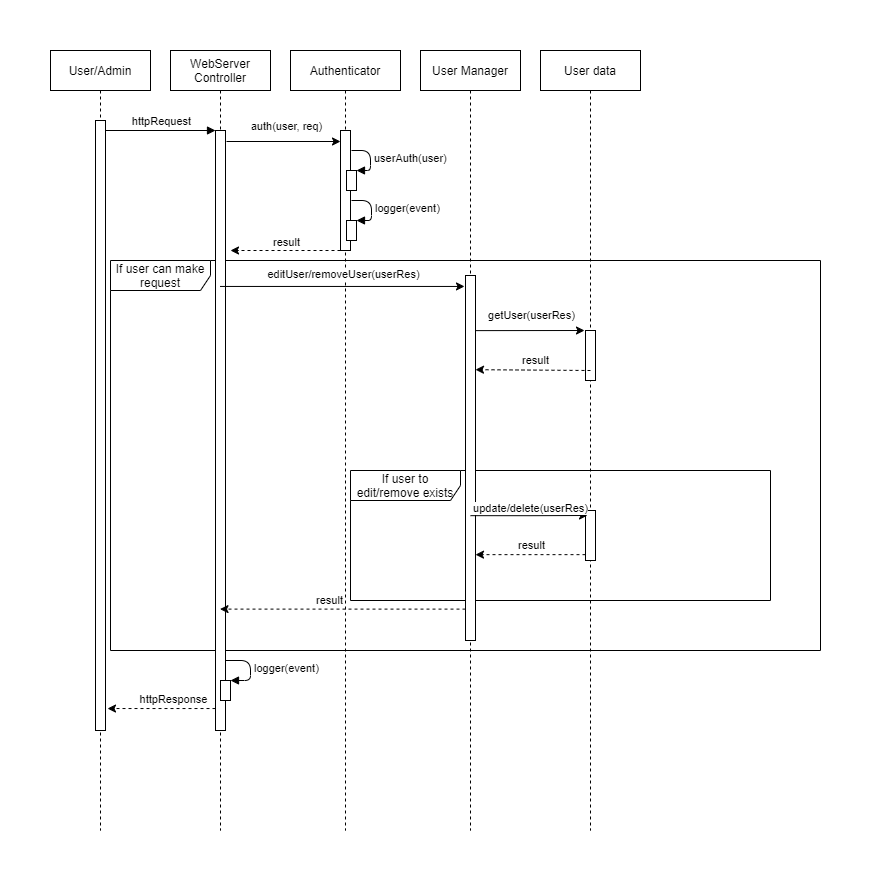
Above: plans/Sequence Diagrams/user_call_editOrRemoveUser.drawio.png in zuper1998/SzamBiztHF (draw.io), before the change. Source tidied: cells renumbered, new cells last; positions are measured from the earlier drawing's top-left corner, leaving out a move shared by most shapes.
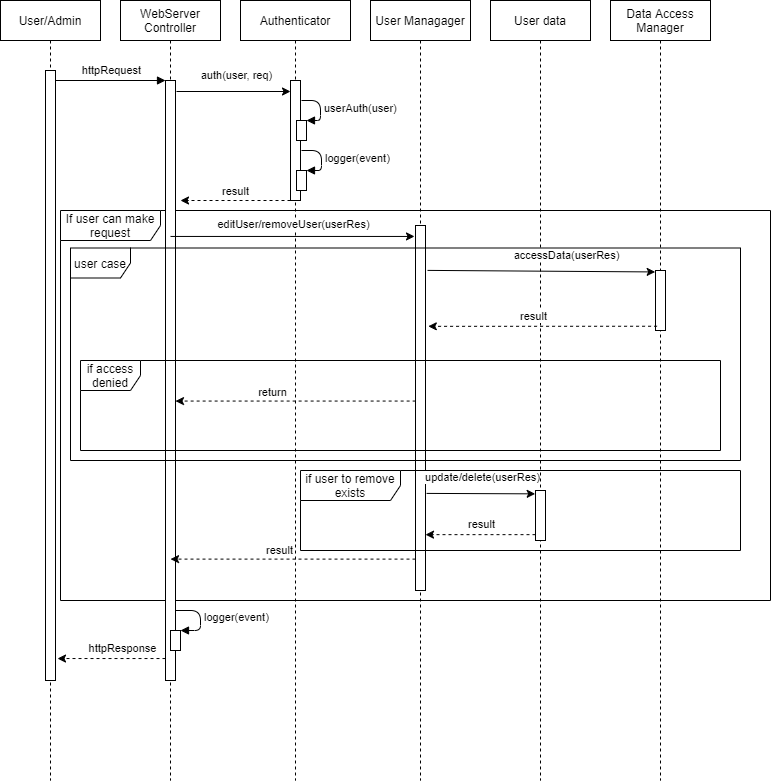
The same diagram one commit later.

What changed in the source:
```diff
@@ -5,9 +5,6 @@
     <mxCell id="2" value="If user can make request" style="shape=umlFrame;whiteSpace=wrap;html=1;width=100;height=30;" parent="1" vertex="1">
       <mxGeometry x="60" y="210" width="710" height="390" as="geometry" />
     </mxCell>
-    <mxCell id="3" value="If user to edit/remove exists" style="shape=umlFrame;whiteSpace=wrap;html=1;width=110;height=30;" parent="1" vertex="1">
-      <mxGeometry x="300" y="420" width="420" height="130" as="geometry" />
-    </mxCell>
     <mxCell id="4" value="User/Admin" style="shape=umlLifeline;perimeter=lifelinePerimeter;shadow=0;strokeWidth=1;" parent="1" vertex="1">
       <mxGeometry width="100" height="780" as="geometry" />
     </mxCell>
@@ -92,7 +89,7 @@
         <mxPoint x="19" y="-8" as="offset" />
       </mxGeometry>
     </mxCell>
-    <mxCell id="22" value="User Manager" style="shape=umlLifeline;perimeter=lifelinePerimeter;shadow=0;strokeWidth=1;" parent="1" vertex="1">
+    <mxCell id="22" value="User Managager" style="shape=umlLifeline;perimeter=lifelinePerimeter;shadow=0;strokeWidth=1;" parent="1" vertex="1">
       <mxGeometry x="370" width="100" height="780" as="geometry" />
     </mxCell>
     <mxCell id="23" style="points=[];perimeter=orthogonalPerimeter;shadow=0;strokeWidth=1;" parent="22" vertex="1">
@@ -126,46 +123,62 @@
       <mxGeometry x="490" width="100" height="780" as="geometry" />
     </mxCell>
     <mxCell id="31" style="points=[];perimeter=orthogonalPerimeter;shadow=0;strokeWidth=1;" parent="30" vertex="1">
-      <mxGeometry x="45" y="460" width="10" height="50" as="geometry" />
+      <mxGeometry x="45" y="490" width="10" height="50" as="geometry" />
     </mxCell>
-    <mxCell id="32" style="perimeter=orthogonalPerimeter;shadow=0;strokeWidth=1;" parent="30" vertex="1">
-      <mxGeometry x="45" y="280" width="10" height="50" as="geometry" />
-    </mxCell>
+    <mxCell id="35" style="endArrow=classic;html=1;dashed=1;exitX=0;exitY=0.883;exitDx=0;exitDy=0;exitPerimeter=0;" parent="1" edge="1" source="31" target="23">
+      <mxGeometry relative="1" as="geometry" />
+    </mxCell>
+    <mxCell id="36" value="result" style="edgeLabel;html=1;align=center;verticalAlign=middle;" parent="35" vertex="1">
+      <mxGeometry x="-0.51" y="-1" relative="1" as="geometry">
+        <mxPoint x="-28" y="-9" as="offset" />
+      </mxGeometry>
+    </mxCell>
+    <mxCell id="41" value="Data Access &#10;Manager" style="shape=umlLifeline;perimeter=lifelinePerimeter;shadow=0;strokeWidth=1;" parent="1" vertex="1">
+      <mxGeometry x="610" width="100" height="780" as="geometry" />
+    </mxCell>
+    <mxCell id="42" style="points=[];perimeter=orthogonalPerimeter;shadow=0;strokeWidth=1;" parent="41" vertex="1">
+      <mxGeometry x="45" y="270" width="10" height="60" as="geometry" />
+    </mxCell>
+    <mxCell id="3" value="if user to remove exists" style="shape=umlFrame;whiteSpace=wrap;html=1;width=100;height=30;" parent="1" vertex="1">
+      <mxGeometry x="300" y="470" width="440" height="80" as="geometry" />
+    </mxCell>
+    <mxCell id="43" style="endArrow=classic;html=1;dashed=1;exitX=0.157;exitY=0.929;exitDx=0;exitDy=0;exitPerimeter=0;entryX=0.518;entryY=0.297;entryDx=0;entryDy=0;entryPerimeter=0;" parent="1" edge="1" source="42" target="2">
+      <mxGeometry relative="1" as="geometry" />
+    </mxCell>
+    <mxCell id="40" value="result" style="edgeLabel;html=1;align=center;verticalAlign=middle;" parent="43" vertex="1">
+      <mxGeometry x="-0.51" y="-1" relative="1" as="geometry">
+        <mxPoint x="-68" y="-9" as="offset" />
+      </mxGeometry>
+    </mxCell>
+    <mxCell id="44" value="user case" style="shape=umlFrame;whiteSpace=wrap;html=1;" parent="1" vertex="1">
+      <mxGeometry x="70" y="247.5" width="670" height="212.5" as="geometry" />
+    </mxCell>
+    <mxCell id="45" style="endArrow=classic;html=1;exitX=1.205;exitY=0.123;exitDx=0;exitDy=0;exitPerimeter=0;entryX=-0.033;entryY=0.024;entryDx=0;entryDy=0;entryPerimeter=0;" parent="1" edge="1" source="23" target="42">
+      <mxGeometry relative="1" as="geometry" />
+    </mxCell>
+    <mxCell id="46" value="accessData(userRes)" style="edgeLabel;html=1;align=center;verticalAlign=middle;" parent="45" vertex="1">
+      <mxGeometry x="0.39" relative="1" as="geometry">
+        <mxPoint x="-20" y="-16" as="offset" />
+      </mxGeometry>
+    </mxCell>
-    <mxCell id="33" style="endArrow=classic;html=1;rounded=0;edgeStyle=orthogonalEdgeStyle;entryX=0.2;entryY=0.1;entryDx=0;entryDy=0;entryPerimeter=0;exitX=0.5;exitY=0.658;exitDx=0;exitDy=0;exitPerimeter=0;" parent="1" edge="1" source="23" target="31">
+    <mxCell id="33" style="endArrow=classic;html=1;exitX=1.11;exitY=0.734;exitDx=0;exitDy=0;exitPerimeter=0;entryX=-0.033;entryY=0.067;entryDx=0;entryDy=0;entryPerimeter=0;" parent="1" edge="1" source="23" target="31">
       <mxGeometry relative="1" as="geometry" />
     </mxCell>
     <mxCell id="34" value="update/delete(userRes)" style="edgeLabel;html=1;align=center;verticalAlign=middle;" parent="33" vertex="1">
-      <mxGeometry relative="1" as="geometry">
-        <mxPoint x="2" y="-8" as="offset" />
+      <mxGeometry x="0.39" relative="1" as="geometry">
+        <mxPoint x="-20" y="-16" as="offset" />
       </mxGeometry>
     </mxCell>
-    <mxCell id="35" style="endArrow=classic;html=1;dashed=1;exitX=0;exitY=0.883;exitDx=0;exitDy=0;exitPerimeter=0;" parent="1" edge="1" source="31" target="23">
-      <mxGeometry relative="1" as="geometry" />
-    </mxCell>
-    <mxCell id="36" value="result" style="edgeLabel;html=1;align=center;verticalAlign=middle;" parent="35" vertex="1">
-      <mxGeometry x="-0.51" y="-1" relative="1" as="geometry">
-        <mxPoint x="-28" y="-9" as="offset" />
-      </mxGeometry>
-    </mxCell>
-    <mxCell id="37" style="endArrow=classic;html=1;exitX=1;exitY=0.151;exitDx=0;exitDy=0;exitPerimeter=0;" parent="1" edge="1" source="23">
-      <mxGeometry relative="1" as="geometry">
-        <mxPoint x="534" y="280" as="targetPoint" />
-      </mxGeometry>
-    </mxCell>
-    <mxCell id="38" value="getUser(userRes)" style="edgeLabel;html=1;align=center;verticalAlign=middle;" parent="37" vertex="1">
-      <mxGeometry x="0.39" relative="1" as="geometry">
-        <mxPoint x="-20" y="-16" as="offset" />
-      </mxGeometry>
-    </mxCell>
-    <mxCell id="39" style="endArrow=classic;html=1;dashed=1;exitX=0;exitY=0.883;exitDx=0;exitDy=0;exitPerimeter=0;entryX=1;entryY=0.258;entryDx=0;entryDy=0;entryPerimeter=0;" parent="1" edge="1" target="23">
-      <mxGeometry relative="1" as="geometry">
-        <mxPoint x="540" y="320" as="sourcePoint" />
-      </mxGeometry>
-    </mxCell>
-    <mxCell id="40" value="result" style="edgeLabel;html=1;align=center;verticalAlign=middle;" parent="39" vertex="1">
-      <mxGeometry x="-0.51" y="-1" relative="1" as="geometry">
-        <mxPoint x="-28" y="-9" as="offset" />
-      </mxGeometry>
-    </mxCell>
+    <mxCell id="47" value="if access denied" style="shape=umlFrame;whiteSpace=wrap;html=1;" parent="1" vertex="1">
+      <mxGeometry x="80" y="360" width="640" height="90" as="geometry" />
+    </mxCell>
+    <mxCell id="48" style="endArrow=classic;html=1;dashed=1;exitX=0.014;exitY=0.481;exitDx=0;exitDy=0;exitPerimeter=0;" parent="1" edge="1" source="23" target="7">
+      <mxGeometry relative="1" as="geometry" />
+    </mxCell>
+    <mxCell id="49" value="return" style="edgeLabel;html=1;align=center;verticalAlign=middle;" parent="48" vertex="1">
+      <mxGeometry x="0.35" y="-1" relative="1" as="geometry">
+        <mxPoint x="19" y="-8" as="offset" />
+      </mxGeometry>
+    </mxCell>
   </root>
 </mxGraphModel>
```
